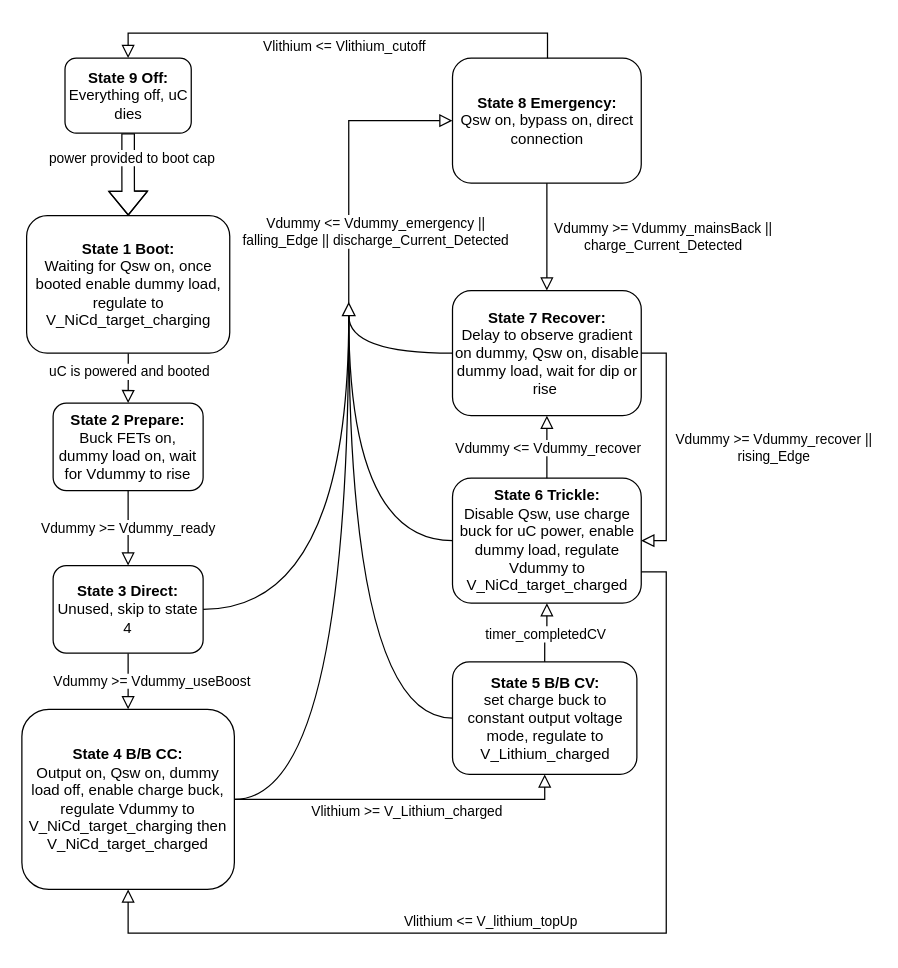
This is 203IntefaceFlowchart_CV.drawio from BStainthorpe/Flowcharts, a draw.io file, before an edit. Source tidied: cells renumbered, new cells numbered last; positions are measured from the earlier drawing's top-left corner, leaving out a move shared by most shapes. Both pictures are drawn from the tidied source at 125%, with x=0, y=0 at pixel (21, 32).
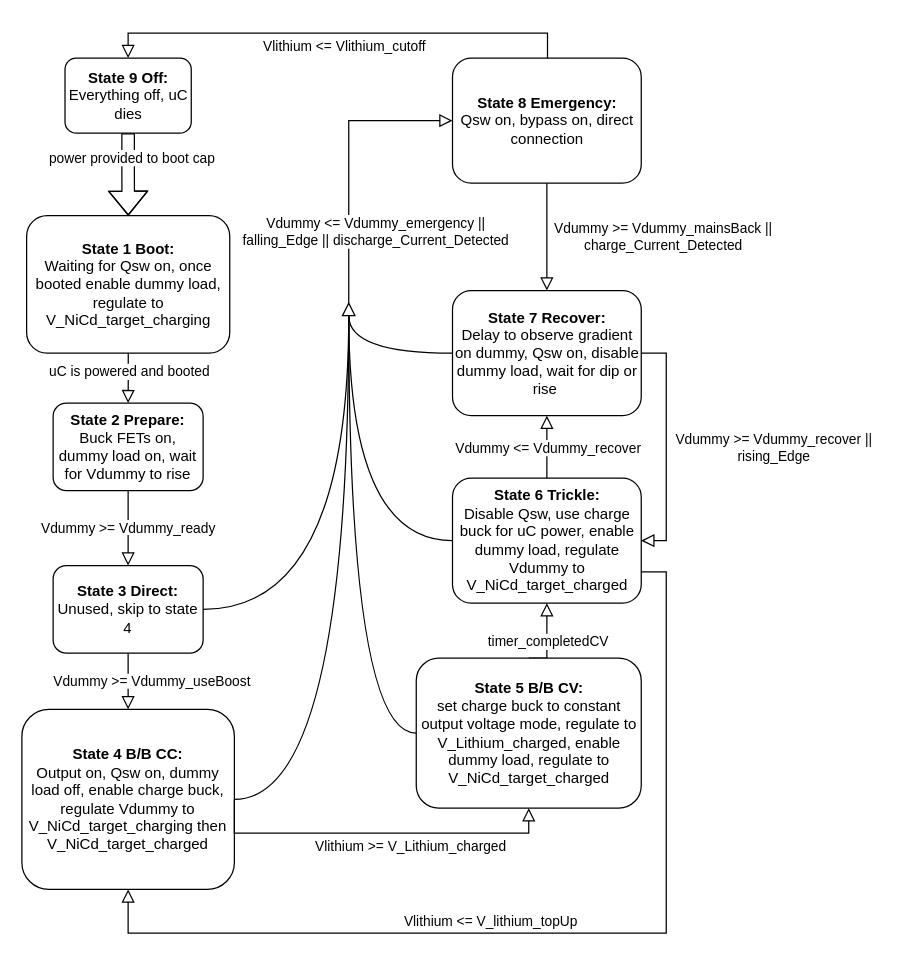
Above is the later version.

Unchanged cells that the change refers to:
```xml
<mxCell id="9" value="&lt;b&gt;State 4 B/B CC:&lt;/b&gt;&lt;div&gt;Output on, Qsw on, dummy load off, enable charge buck, regulate Vdummy to V_NiCd_target_charging then V_NiCd_target_charged&lt;/div&gt;" style="rounded=1;whiteSpace=wrap;html=1;fontSize=12;glass=0;strokeWidth=1;shadow=0;" parent="1" vertex="1">
  <mxGeometry y="541" width="170" height="144" as="geometry" />
</mxCell>
<mxCell id="12" value="&lt;b&gt;State 6 Trickle:&lt;/b&gt;&lt;div&gt;Disable Qsw, use charge buck for uC power, enable dummy load, regulate Vdummy to V_NiCd_target_charged&lt;/div&gt;" style="rounded=1;whiteSpace=wrap;html=1;fontSize=12;glass=0;strokeWidth=1;shadow=0;" parent="1" vertex="1">
  <mxGeometry x="344.5" y="356" width="151" height="100" as="geometry" />
</mxCell>
<mxCell id="16" style="triangle;whiteSpace=wrap;html=1;rotation=-90;" parent="1" vertex="1">
  <mxGeometry x="256.5" y="216" width="10" height="10" as="geometry" />
</mxCell>
```

The edit, as a diff of the source:
```diff
@@
-    <mxCell id="10" value="&lt;b&gt;State 5 B/B CV:&lt;/b&gt;&lt;div&gt;set charge buck to constant output voltage mode, regulate to V_Lithium_charged&lt;/div&gt;" style="rounded=1;whiteSpace=wrap;html=1;fontSize=12;glass=0;strokeWidth=1;shadow=0;" parent="1" vertex="1">
-      <mxGeometry x="344.5" y="503" width="147.5" height="90" as="geometry" />
-    </mxCell>
-    <mxCell id="11" value="&lt;span style=&quot;background-color: rgb(255, 255, 255);&quot;&gt;Vlithium &amp;gt;= V_Lithium_charged&lt;/span&gt;" style="rounded=0;html=1;jettySize=auto;fontSize=11;endArrow=block;endFill=0;endSize=8;strokeWidth=1;shadow=0;labelBackgroundColor=none;edgeStyle=orthogonalEdgeStyle;exitX=1;exitY=0.5;exitDx=0;exitDy=0;entryX=0.5;entryY=1;entryDx=0;entryDy=0;" parent="1" edge="1" source="9" target="10">
-      <mxGeometry x="0.03" y="-10" relative="1" as="geometry">
-        <Array as="points">
-          <mxPoint x="418.5" y="613" />
-        </Array>
-      </mxGeometry>
-    </mxCell>
@@
-    <mxCell id="13" style="rounded=0;html=1;jettySize=auto;fontSize=11;endArrow=block;endFill=0;endSize=8;strokeWidth=1;shadow=0;labelBackgroundColor=none;edgeStyle=orthogonalEdgeStyle;exitX=0.5;exitY=0;exitDx=0;exitDy=0;entryX=0.5;entryY=1;entryDx=0;entryDy=0;" parent="1" edge="1" source="10" target="12">
-      <mxGeometry x="0.04" y="20" relative="1" as="geometry" />
+    <mxCell id="13" style="rounded=0;html=1;jettySize=auto;fontSize=11;endArrow=block;endFill=0;endSize=8;strokeWidth=1;shadow=0;labelBackgroundColor=none;edgeStyle=orthogonalEdgeStyle;exitX=0.5;exitY=0;exitDx=0;exitDy=0;entryX=0.5;entryY=1;entryDx=0;entryDy=0;" parent="1" edge="1" source="39" target="12">
+      <mxGeometry x="0.04" y="20" relative="1" as="geometry">
+        <Array as="points">
+          <mxPoint x="420" y="500" />
+        </Array>
+      </mxGeometry>
     </mxCell>
@@
-    <mxCell id="19" style="edgeStyle=orthogonalEdgeStyle;rounded=0;html=1;jettySize=auto;fontSize=11;endArrow=none;endFill=0;strokeWidth=1;shadow=0;labelBackgroundColor=none;exitX=0;exitY=0.5;exitDx=0;exitDy=0;curved=1;entryX=0;entryY=0.5;entryDx=0;entryDy=0;" parent="1" edge="1" source="10" target="16">
+    <mxCell id="19" style="edgeStyle=orthogonalEdgeStyle;rounded=0;html=1;jettySize=auto;fontSize=11;endArrow=none;endFill=0;strokeWidth=1;shadow=0;labelBackgroundColor=none;exitX=0;exitY=0.5;exitDx=0;exitDy=0;curved=1;entryX=0;entryY=0.5;entryDx=0;entryDy=0;" parent="1" edge="1" source="39" target="16">
       <mxGeometry relative="1" as="geometry" />
     </mxCell>
@@
+    <mxCell id="38" style="rounded=0;html=1;jettySize=auto;fontSize=11;endArrow=block;endFill=0;endSize=8;strokeWidth=1;shadow=0;labelBackgroundColor=none;edgeStyle=orthogonalEdgeStyle;exitX=1;exitY=0.5;exitDx=0;exitDy=0;entryX=0.5;entryY=1;entryDx=0;entryDy=0;" parent="1" edge="1" source="9" target="39">
+      <mxGeometry x="0.03" y="-10" relative="1" as="geometry">
+        <Array as="points">
+          <mxPoint x="170" y="640" />
+          <mxPoint x="406" y="640" />
+        </Array>
+      </mxGeometry>
+    </mxCell>
+    <mxCell id="11" value="Vlithium &amp;gt;= V_Lithium_charged" style="edgeLabel;html=1;align=center;verticalAlign=middle;" parent="38" vertex="1">
+      <mxGeometry x="0.14" relative="1" as="geometry">
+        <mxPoint x="6" y="10" as="offset" />
+      </mxGeometry>
+    </mxCell>
+    <mxCell id="39" value="&lt;b&gt;State 5 B/B CV:&lt;/b&gt;&lt;div&gt;set charge buck to constant output voltage mode, regulate to V_Lithium_charged, enable dummy load, regulate to V_NiCd_target_charged&lt;/div&gt;" style="rounded=1;whiteSpace=wrap;html=1;fontSize=12;glass=0;strokeWidth=1;shadow=0;" parent="1" vertex="1">
+      <mxGeometry x="315.5" y="500" width="180" height="120" as="geometry" />
+    </mxCell>
```
